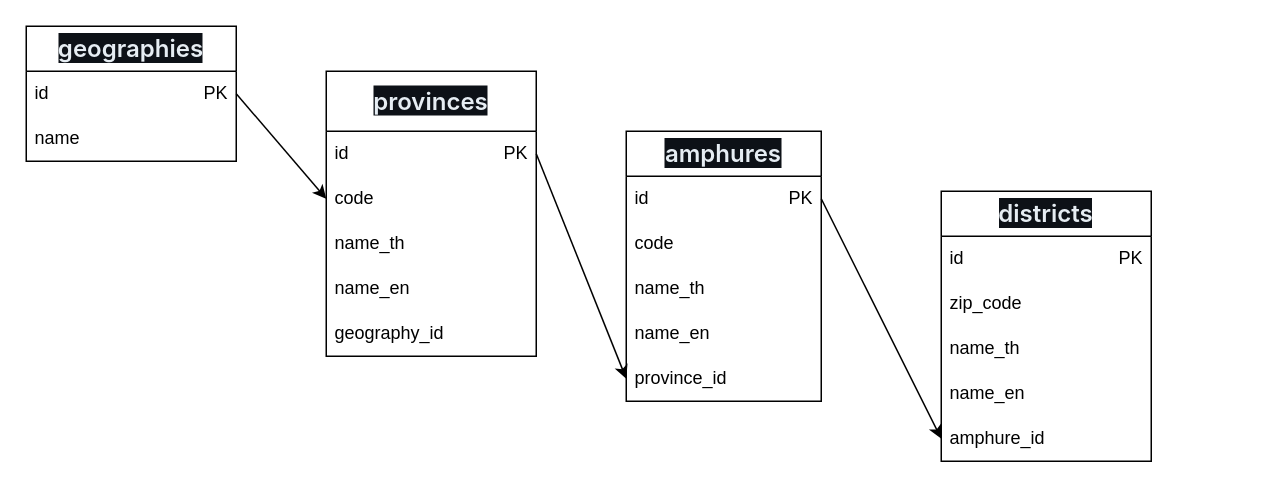
Above: .dio in parkyotinpanta/NewJoin (draw.io), before the change. Source tidied: cells renumbered, new cells numbered last; positions are measured from the earlier drawing's top-left corner, leaving out a move shared by most shapes. Both pictures are drawn from the tidied source at 150%, with x=0, y=0 at pixel (26, 26).
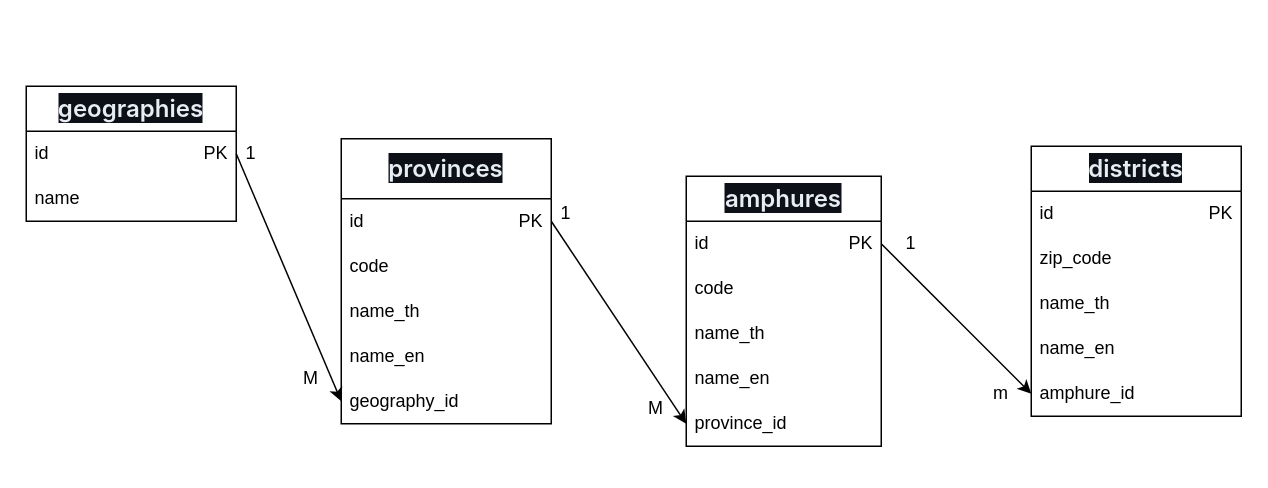
The same page after the edit.

The change refers to these unchanged cells:
```xml
<mxCell id="4" value="code" style="text;strokeColor=none;fillColor=none;align=left;verticalAlign=middle;spacingLeft=4;spacingRight=4;overflow=hidden;points=[[0,0.5],[1,0.5]];portConstraint=eastwest;whiteSpace=wrap;html=1;" parent="2" vertex="1">
  <mxGeometry y="70" width="140" height="30" as="geometry" />
</mxCell>
<mxCell id="7" value="geography_id" style="text;strokeColor=none;fillColor=none;align=left;verticalAlign=middle;spacingLeft=4;spacingRight=4;overflow=hidden;points=[[0,0.5],[1,0.5]];portConstraint=eastwest;whiteSpace=wrap;html=1;" parent="2" vertex="1">
  <mxGeometry y="160" width="140" height="30" as="geometry" />
</mxCell>
<mxCell id="9" value="id&amp;nbsp; &amp;nbsp; &amp;nbsp; &amp;nbsp; &amp;nbsp; &amp;nbsp; &amp;nbsp; &amp;nbsp; &amp;nbsp; &amp;nbsp; &amp;nbsp; &amp;nbsp; &amp;nbsp; &amp;nbsp; &amp;nbsp; &amp;nbsp;PK" style="text;strokeColor=none;fillColor=none;align=left;verticalAlign=middle;spacingLeft=4;spacingRight=4;overflow=hidden;points=[[0,0.5],[1,0.5]];portConstraint=eastwest;whiteSpace=wrap;html=1;" parent="8" vertex="1">
  <mxGeometry y="30" width="140" height="30" as="geometry" />
</mxCell>
```

What changed in the source:
```diff
@@
     <mxCell id="2" value="&lt;span style=&quot;box-sizing: border-box; font-weight: var(--base-text-weight-semibold, 600); color: rgb(230, 237, 243); font-family: -apple-system, BlinkMacSystemFont, &amp;quot;Segoe UI&amp;quot;, &amp;quot;Noto Sans&amp;quot;, Helvetica, Arial, sans-serif, &amp;quot;Apple Color Emoji&amp;quot;, &amp;quot;Segoe UI Emoji&amp;quot;; font-size: 16px; text-align: start; background-color: rgb(13, 17, 23);&quot;&gt;provinces&lt;/span&gt;" style="swimlane;fontStyle=0;horizontal=1;startSize=40;whiteSpace=wrap;html=1;" parent="1" vertex="1">
-      <mxGeometry x="200" y="30" width="140" height="190" as="geometry" />
+      <mxGeometry x="210" y="75" width="140" height="190" as="geometry" />
     </mxCell>
@@
     <mxCell id="8" value="&lt;span style=&quot;box-sizing: border-box; font-weight: var(--base-text-weight-semibold, 600); color: rgb(230, 237, 243); font-family: -apple-system, BlinkMacSystemFont, &amp;quot;Segoe UI&amp;quot;, &amp;quot;Noto Sans&amp;quot;, Helvetica, Arial, sans-serif, &amp;quot;Apple Color Emoji&amp;quot;, &amp;quot;Segoe UI Emoji&amp;quot;; font-size: 16px; text-align: start; background-color: rgb(13, 17, 23);&quot;&gt;geographies&lt;/span&gt;" style="swimlane;fontStyle=0;horizontal=1;startSize=30;whiteSpace=wrap;html=1;" parent="1" vertex="1">
-      <mxGeometry width="140" height="90" as="geometry" />
+      <mxGeometry y="40" width="140" height="90" as="geometry" />
     </mxCell>
@@
     <mxCell id="11" value="&lt;span style=&quot;box-sizing: border-box; font-weight: var(--base-text-weight-semibold, 600); color: rgb(230, 237, 243); font-family: -apple-system, BlinkMacSystemFont, &amp;quot;Segoe UI&amp;quot;, &amp;quot;Noto Sans&amp;quot;, Helvetica, Arial, sans-serif, &amp;quot;Apple Color Emoji&amp;quot;, &amp;quot;Segoe UI Emoji&amp;quot;; font-size: 16px; text-align: start; background-color: rgb(13, 17, 23);&quot;&gt;districts&lt;/span&gt;" style="swimlane;fontStyle=0;horizontal=1;startSize=30;whiteSpace=wrap;html=1;" parent="1" vertex="1">
-      <mxGeometry x="610" y="110" width="140" height="180" as="geometry" />
+      <mxGeometry x="670" y="80" width="140" height="180" as="geometry" />
     </mxCell>
@@
     <mxCell id="17" value="&lt;span style=&quot;box-sizing: border-box; font-weight: var(--base-text-weight-semibold, 600); color: rgb(230, 237, 243); font-family: -apple-system, BlinkMacSystemFont, &amp;quot;Segoe UI&amp;quot;, &amp;quot;Noto Sans&amp;quot;, Helvetica, Arial, sans-serif, &amp;quot;Apple Color Emoji&amp;quot;, &amp;quot;Segoe UI Emoji&amp;quot;; font-size: 16px; text-align: start; background-color: rgb(13, 17, 23);&quot;&gt;amphures&lt;/span&gt;" style="swimlane;fontStyle=0;horizontal=1;startSize=30;whiteSpace=wrap;html=1;" parent="1" vertex="1">
-      <mxGeometry x="400" y="70" width="130" height="180" as="geometry" />
+      <mxGeometry x="440" y="100" width="130" height="180" as="geometry" />
     </mxCell>
@@
-    <mxCell id="23" style="endArrow=classic;html=1;exitX=1;exitY=0.5;exitDx=0;exitDy=0;entryX=0;entryY=0.5;entryDx=0;entryDy=0;" parent="1" edge="1" source="9" target="4">
+    <mxCell id="23" style="endArrow=classic;html=1;exitX=1;exitY=0.5;exitDx=0;exitDy=0;entryX=0;entryY=0.5;entryDx=0;entryDy=0;" parent="1" edge="1" source="9" target="7">
       <mxGeometry relative="1" as="geometry" />
     </mxCell>
@@
+    <mxCell id="26" value="1" style="text;html=1;strokeColor=none;fillColor=none;align=center;verticalAlign=middle;whiteSpace=wrap;rounded=0;" parent="1" vertex="1">
+      <mxGeometry x="120" y="70" width="60" height="30" as="geometry" />
+    </mxCell>
+    <mxCell id="27" value="M" style="text;html=1;strokeColor=none;fillColor=none;align=center;verticalAlign=middle;whiteSpace=wrap;rounded=0;" parent="1" vertex="1">
+      <mxGeometry x="160" y="220" width="60" height="30" as="geometry" />
+    </mxCell>
+    <mxCell id="28" value="1" style="text;html=1;strokeColor=none;fillColor=none;align=center;verticalAlign=middle;whiteSpace=wrap;rounded=0;" parent="1" vertex="1">
+      <mxGeometry x="330" y="110" width="60" height="30" as="geometry" />
+    </mxCell>
+    <mxCell id="29" value="M" style="text;html=1;strokeColor=none;fillColor=none;align=center;verticalAlign=middle;whiteSpace=wrap;rounded=0;" parent="1" vertex="1">
+      <mxGeometry x="390" y="240" width="60" height="30" as="geometry" />
+    </mxCell>
+    <mxCell id="30" value="1" style="text;html=1;strokeColor=none;fillColor=none;align=center;verticalAlign=middle;whiteSpace=wrap;rounded=0;" parent="1" vertex="1">
+      <mxGeometry x="560" y="130" width="60" height="30" as="geometry" />
+    </mxCell>
+    <mxCell id="31" value="m" style="text;html=1;strokeColor=none;fillColor=none;align=center;verticalAlign=middle;whiteSpace=wrap;rounded=0;" parent="1" vertex="1">
+      <mxGeometry x="620" y="230" width="60" height="30" as="geometry" />
+    </mxCell>
```
